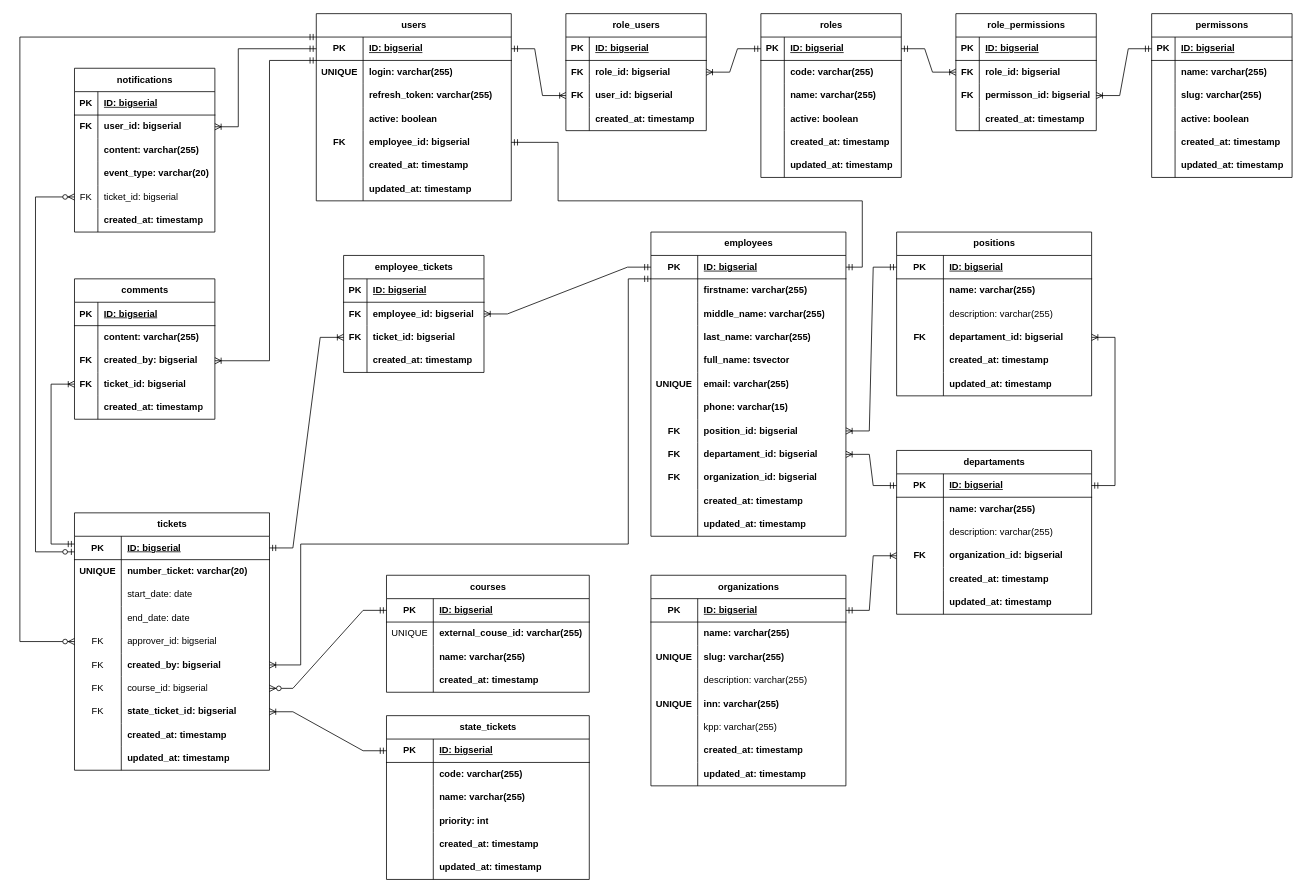
The draw.io diagram source/db_erd/erd_diagram.drawio in TrofimovMax/Information-Security-System, before the edit. Source tidied: cells renumbered, new cells numbered last; positions are measured from the earlier drawing's top-left corner, leaving out a move shared by most shapes. Both pictures are drawn from the tidied source at 78%, with x=0, y=0 at pixel (20, 13).
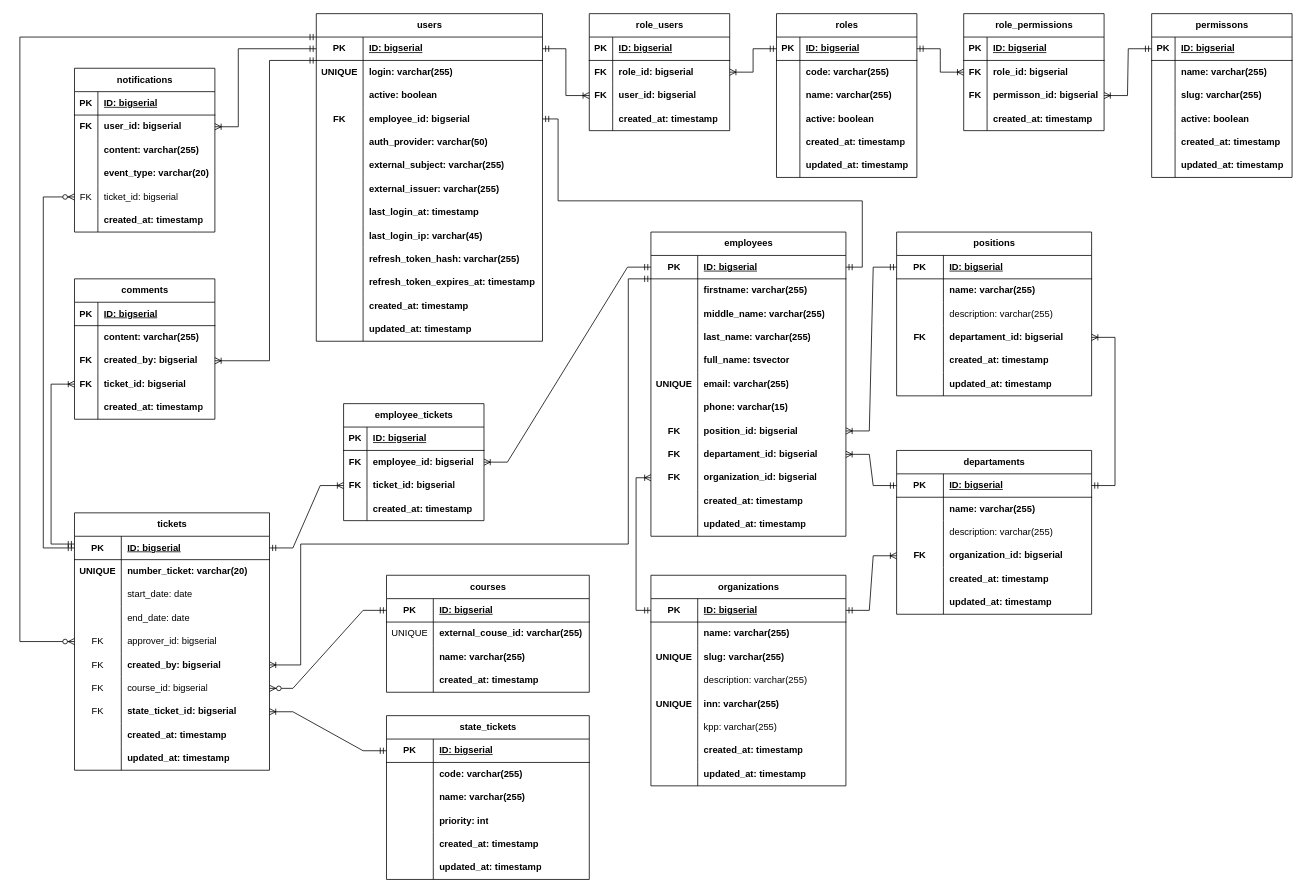
The same diagram, later.

Commit message (it also covers changes not shown here):
improvement: fix erd diagram after self review Part II

The change refers to these unchanged cells:
```xml
<mxCell id="70" style="shape=tableRow;horizontal=0;startSize=0;swimlaneHead=0;swimlaneBody=0;fillColor=none;points=[[0,0.5],[1,0.5]];portConstraint=eastwest;top=0;left=0;right=0;bottom=1;" parent="69" vertex="1">
  <mxGeometry y="30" width="250" height="30" as="geometry" />
</mxCell>
<mxCell id="97" style="shape=tableRow;horizontal=0;startSize=0;swimlaneHead=0;swimlaneBody=0;fillColor=none;points=[[0,0.5],[1,0.5]];portConstraint=eastwest;top=0;left=0;right=0;bottom=0;" parent="69" vertex="1">
  <mxGeometry y="300" width="250" height="30" as="geometry" />
</mxCell>
<mxCell id="151" style="shape=tableRow;horizontal=0;startSize=0;swimlaneHead=0;swimlaneBody=0;fillColor=none;points=[[0,0.5],[1,0.5]];portConstraint=eastwest;top=0;left=0;right=0;bottom=1;" parent="150" vertex="1">
  <mxGeometry y="30" width="250" height="30" as="geometry" />
</mxCell>
<mxCell id="177" style="shape=tableRow;horizontal=0;startSize=0;swimlaneHead=0;swimlaneBody=0;fillColor=none;points=[[0,0.5],[1,0.5]];portConstraint=eastwest;top=0;left=0;right=0;bottom=1;" parent="176" vertex="1">
  <mxGeometry y="30" width="250" height="30" as="geometry" />
</mxCell>
<mxCell id="291" style="shape=tableRow;horizontal=0;startSize=0;swimlaneHead=0;swimlaneBody=0;fillColor=none;points=[[0,0.5],[1,0.5]];portConstraint=eastwest;top=0;left=0;right=0;bottom=0;fontStyle=0;" parent="278" vertex="1">
  <mxGeometry y="150" width="180" height="30" as="geometry" />
</mxCell>
```

The edit, as a diff of the source:
```diff
@@
     <mxCell id="21" value="role_permissions" style="shape=table;startSize=30;childLayout=tableLayout;rowLines=0;fontStyle=1;align=center;html=1;" parent="1" vertex="1">
-      <mxGeometry x="1200" width="180" height="150" as="geometry" />
+      <mxGeometry x="1210" width="180" height="150" as="geometry" />
     </mxCell>
@@
     <mxCell id="35" value="roles" style="shape=table;startSize=30;childLayout=tableLayout;rowLines=0;fontStyle=1;align=center;html=1;" parent="1" vertex="1">
-      <mxGeometry x="950" width="180" height="210" as="geometry" />
+      <mxGeometry x="970" width="180" height="210" as="geometry" />
     </mxCell>
@@
     <mxCell id="55" value="role_users" style="shape=table;startSize=30;childLayout=tableLayout;rowLines=0;fontStyle=1;align=center;html=1;" parent="1" vertex="1">
-      <mxGeometry x="700" width="180" height="150" as="geometry" />
+      <mxGeometry x="730" width="180" height="150" as="geometry" />
     </mxCell>
@@
     <mxCell id="106" value="users" style="shape=table;startSize=30;childLayout=tableLayout;rowLines=0;fontStyle=1;align=center;html=1;" parent="1" vertex="1">
-      <mxGeometry x="380" width="250" height="240" as="geometry" />
+      <mxGeometry x="380" width="290" height="420" as="geometry" />
     </mxCell>
     <mxCell id="107" style="shape=tableRow;horizontal=0;startSize=0;swimlaneHead=0;swimlaneBody=0;fillColor=none;points=[[0,0.5],[1,0.5]];portConstraint=eastwest;top=0;left=0;right=0;bottom=1;" parent="106" vertex="1">
-      <mxGeometry y="30" width="250" height="30" as="geometry" />
+      <mxGeometry y="30" width="290" height="30" as="geometry" />
     </mxCell>
@@
     <mxCell id="109" value="ID: bigserial" style="shape=partialRectangle;fillColor=none;top=0;left=0;bottom=0;right=0;align=left;spacingLeft=6;fontStyle=5;overflow=hidden;whiteSpace=wrap;html=1;" parent="107" vertex="1">
-      <mxGeometry x="60" width="190" height="30" as="geometry" />
+      <mxGeometry x="60" width="230" height="30" as="geometry" />
     </mxCell>
     <mxCell id="110" style="shape=tableRow;horizontal=0;startSize=0;swimlaneHead=0;swimlaneBody=0;fillColor=none;top=0;left=0;right=0;bottom=0;" parent="106" vertex="1">
-      <mxGeometry y="60" width="250" height="30" as="geometry" />
+      <mxGeometry y="60" width="290" height="30" as="geometry" />
     </mxCell>
@@
     <mxCell id="112" value="&lt;b&gt;login: varchar(255)&lt;/b&gt;" style="shape=partialRectangle;fillColor=none;top=0;left=0;bottom=0;right=0;align=left;spacingLeft=6;overflow=hidden;whiteSpace=wrap;html=1;" parent="110" vertex="1">
-      <mxGeometry x="60" width="190" height="30" as="geometry" />
+      <mxGeometry x="60" width="230" height="30" as="geometry" />
     </mxCell>
-    <mxCell id="113" style="shape=tableRow;horizontal=0;startSize=0;swimlaneHead=0;swimlaneBody=0;fillColor=none;top=0;left=0;right=0;bottom=0;" parent="106" vertex="1">
-      <mxGeometry y="90" width="250" height="30" as="geometry" />
-    </mxCell>
-    <mxCell id="114" style="shape=partialRectangle;fillColor=none;top=0;left=0;bottom=0;right=0;overflow=hidden;whiteSpace=wrap;html=1;" parent="113" vertex="1">
-      <mxGeometry width="60" height="30" as="geometry" />
-    </mxCell>
-    <mxCell id="115" value="&lt;b&gt;refresh_token: varchar(255)&lt;/b&gt;" style="shape=partialRectangle;fillColor=none;top=0;left=0;bottom=0;right=0;align=left;spacingLeft=6;overflow=hidden;whiteSpace=wrap;html=1;" parent="113" vertex="1">
-      <mxGeometry x="60" width="190" height="30" as="geometry" />
-    </mxCell>
     <mxCell id="116" style="shape=tableRow;horizontal=0;startSize=0;swimlaneHead=0;swimlaneBody=0;fillColor=none;top=0;left=0;right=0;bottom=0;" parent="106" vertex="1">
-      <mxGeometry y="120" width="250" height="30" as="geometry" />
+      <mxGeometry y="90" width="290" height="30" as="geometry" />
     </mxCell>
@@
     <mxCell id="118" value="&lt;b&gt;active: boolean&lt;/b&gt;" style="shape=partialRectangle;fillColor=none;top=0;left=0;bottom=0;right=0;align=left;spacingLeft=6;overflow=hidden;whiteSpace=wrap;html=1;" parent="116" vertex="1">
-      <mxGeometry x="60" width="190" height="30" as="geometry" />
+      <mxGeometry x="60" width="230" height="30" as="geometry" />
     </mxCell>
     <mxCell id="119" style="shape=tableRow;horizontal=0;startSize=0;swimlaneHead=0;swimlaneBody=0;fillColor=none;points=[[0,0.5],[1,0.5]];portConstraint=eastwest;top=0;left=0;right=0;bottom=0;" parent="106" vertex="1">
-      <mxGeometry y="150" width="250" height="30" as="geometry" />
+      <mxGeometry y="120" width="290" height="30" as="geometry" />
     </mxCell>
@@
     <mxCell id="121" value="&lt;b&gt;employee_id: bigserial&lt;/b&gt;" style="shape=partialRectangle;fillColor=none;top=0;left=0;bottom=0;right=0;align=left;spacingLeft=6;overflow=hidden;whiteSpace=wrap;html=1;" parent="119" vertex="1">
-      <mxGeometry x="60" width="190" height="30" as="geometry" />
+      <mxGeometry x="60" width="230" height="30" as="geometry" />
     </mxCell>
+    <mxCell id="113" style="shape=tableRow;horizontal=0;startSize=0;swimlaneHead=0;swimlaneBody=0;fillColor=none;top=0;left=0;right=0;bottom=0;" parent="106" vertex="1">
+      <mxGeometry y="150" width="290" height="30" as="geometry" />
+    </mxCell>
+    <mxCell id="114" style="shape=partialRectangle;fillColor=none;top=0;left=0;bottom=0;right=0;overflow=hidden;whiteSpace=wrap;html=1;" parent="113" vertex="1">
+      <mxGeometry width="60" height="30" as="geometry" />
+    </mxCell>
+    <mxCell id="115" value="&lt;b&gt;auth_provider: varchar(50)&lt;/b&gt;" style="shape=partialRectangle;fillColor=none;top=0;left=0;bottom=0;right=0;align=left;spacingLeft=6;overflow=hidden;whiteSpace=wrap;html=1;" parent="113" vertex="1">
+      <mxGeometry x="60" width="230" height="30" as="geometry" />
+    </mxCell>
+    <mxCell id="318" style="shape=tableRow;horizontal=0;startSize=0;swimlaneHead=0;swimlaneBody=0;fillColor=none;top=0;left=0;right=0;bottom=0;" parent="106" vertex="1">
+      <mxGeometry y="180" width="290" height="30" as="geometry" />
+    </mxCell>
+    <mxCell id="319" style="shape=partialRectangle;fillColor=none;top=0;left=0;bottom=0;right=0;overflow=hidden;whiteSpace=wrap;html=1;" parent="318" vertex="1">
+      <mxGeometry width="60" height="30" as="geometry" />
+    </mxCell>
+    <mxCell id="320" value="&lt;b&gt;external_subject: varchar(255)&lt;/b&gt;" style="shape=partialRectangle;fillColor=none;top=0;left=0;bottom=0;right=0;align=left;spacingLeft=6;overflow=hidden;whiteSpace=wrap;html=1;" parent="318" vertex="1">
+      <mxGeometry x="60" width="230" height="30" as="geometry" />
+    </mxCell>
+    <mxCell id="321" style="shape=tableRow;horizontal=0;startSize=0;swimlaneHead=0;swimlaneBody=0;fillColor=none;top=0;left=0;right=0;bottom=0;" parent="106" vertex="1">
+      <mxGeometry y="210" width="290" height="30" as="geometry" />
+    </mxCell>
+    <mxCell id="322" style="shape=partialRectangle;fillColor=none;top=0;left=0;bottom=0;right=0;overflow=hidden;whiteSpace=wrap;html=1;" parent="321" vertex="1">
+      <mxGeometry width="60" height="30" as="geometry" />
+    </mxCell>
+    <mxCell id="323" value="&lt;b&gt;external_issuer: varchar(255)&lt;/b&gt;" style="shape=partialRectangle;fillColor=none;top=0;left=0;bottom=0;right=0;align=left;spacingLeft=6;overflow=hidden;whiteSpace=wrap;html=1;" parent="321" vertex="1">
+      <mxGeometry x="60" width="230" height="30" as="geometry" />
+    </mxCell>
+    <mxCell id="324" style="shape=tableRow;horizontal=0;startSize=0;swimlaneHead=0;swimlaneBody=0;fillColor=none;top=0;left=0;right=0;bottom=0;" parent="106" vertex="1">
+      <mxGeometry y="240" width="290" height="30" as="geometry" />
+    </mxCell>
+    <mxCell id="325" style="shape=partialRectangle;fillColor=none;top=0;left=0;bottom=0;right=0;overflow=hidden;whiteSpace=wrap;html=1;" parent="324" vertex="1">
+      <mxGeometry width="60" height="30" as="geometry" />
+    </mxCell>
+    <mxCell id="326" value="&lt;b&gt;last_login_at: timestamp&lt;/b&gt;" style="shape=partialRectangle;fillColor=none;top=0;left=0;bottom=0;right=0;align=left;spacingLeft=6;overflow=hidden;whiteSpace=wrap;html=1;" parent="324" vertex="1">
+      <mxGeometry x="60" width="230" height="30" as="geometry" />
+    </mxCell>
+    <mxCell id="327" style="shape=tableRow;horizontal=0;startSize=0;swimlaneHead=0;swimlaneBody=0;fillColor=none;top=0;left=0;right=0;bottom=0;" parent="106" vertex="1">
+      <mxGeometry y="270" width="290" height="30" as="geometry" />
+    </mxCell>
+    <mxCell id="328" style="shape=partialRectangle;fillColor=none;top=0;left=0;bottom=0;right=0;overflow=hidden;whiteSpace=wrap;html=1;" parent="327" vertex="1">
+      <mxGeometry width="60" height="30" as="geometry" />
+    </mxCell>
+    <mxCell id="329" value="&lt;b&gt;last_login_ip:&amp;nbsp;&lt;/b&gt;&lt;b&gt;varchar(45)&lt;/b&gt;" style="shape=partialRectangle;fillColor=none;top=0;left=0;bottom=0;right=0;align=left;spacingLeft=6;overflow=hidden;whiteSpace=wrap;html=1;" parent="327" vertex="1">
+      <mxGeometry x="60" width="230" height="30" as="geometry" />
+    </mxCell>
+    <mxCell id="330" style="shape=tableRow;horizontal=0;startSize=0;swimlaneHead=0;swimlaneBody=0;fillColor=none;top=0;left=0;right=0;bottom=0;" parent="106" vertex="1">
+      <mxGeometry y="300" width="290" height="30" as="geometry" />
+    </mxCell>
+    <mxCell id="331" style="shape=partialRectangle;fillColor=none;top=0;left=0;bottom=0;right=0;overflow=hidden;whiteSpace=wrap;html=1;" parent="330" vertex="1">
+      <mxGeometry width="60" height="30" as="geometry" />
+    </mxCell>
+    <mxCell id="332" value="&lt;b&gt;refresh_token_hash:&amp;nbsp;&lt;/b&gt;&lt;b&gt;varchar(255)&lt;/b&gt;" style="shape=partialRectangle;fillColor=none;top=0;left=0;bottom=0;right=0;align=left;spacingLeft=6;overflow=hidden;whiteSpace=wrap;html=1;" parent="330" vertex="1">
+      <mxGeometry x="60" width="230" height="30" as="geometry" />
+    </mxCell>
+    <mxCell id="333" style="shape=tableRow;horizontal=0;startSize=0;swimlaneHead=0;swimlaneBody=0;fillColor=none;top=0;left=0;right=0;bottom=0;" parent="106" vertex="1">
+      <mxGeometry y="330" width="290" height="30" as="geometry" />
+    </mxCell>
+    <mxCell id="334" style="shape=partialRectangle;fillColor=none;top=0;left=0;bottom=0;right=0;overflow=hidden;whiteSpace=wrap;html=1;" parent="333" vertex="1">
+      <mxGeometry width="60" height="30" as="geometry" />
+    </mxCell>
+    <mxCell id="335" value="&lt;b&gt;refresh_token_expires_at:&amp;nbsp;&lt;/b&gt;&lt;b&gt;timestamp&lt;/b&gt;" style="shape=partialRectangle;fillColor=none;top=0;left=0;bottom=0;right=0;align=left;spacingLeft=6;overflow=hidden;whiteSpace=wrap;html=1;" parent="333" vertex="1">
+      <mxGeometry x="60" width="230" height="30" as="geometry" />
+    </mxCell>
     <mxCell id="122" style="shape=tableRow;horizontal=0;startSize=0;swimlaneHead=0;swimlaneBody=0;fillColor=none;top=0;left=0;right=0;bottom=0;" parent="106" vertex="1">
-      <mxGeometry y="180" width="250" height="30" as="geometry" />
+      <mxGeometry y="360" width="290" height="30" as="geometry" />
     </mxCell>
@@
     <mxCell id="124" value="&lt;b&gt;created_at: timestamp&lt;/b&gt;" style="shape=partialRectangle;fillColor=none;top=0;left=0;bottom=0;right=0;align=left;spacingLeft=6;overflow=hidden;whiteSpace=wrap;html=1;" parent="122" vertex="1">
-      <mxGeometry x="60" width="190" height="30" as="geometry" />
+      <mxGeometry x="60" width="230" height="30" as="geometry" />
     </mxCell>
     <mxCell id="125" style="shape=tableRow;horizontal=0;startSize=0;swimlaneHead=0;swimlaneBody=0;fillColor=none;top=0;left=0;right=0;bottom=0;" parent="106" vertex="1">
-      <mxGeometry y="210" width="250" height="30" as="geometry" />
+      <mxGeometry y="390" width="290" height="30" as="geometry" />
     </mxCell>
@@
     <mxCell id="127" value="&lt;b&gt;updated_at: timestamp&lt;/b&gt;" style="shape=partialRectangle;fillColor=none;top=0;left=0;bottom=0;right=0;align=left;spacingLeft=6;overflow=hidden;whiteSpace=wrap;html=1;" parent="125" vertex="1">
-      <mxGeometry x="60" width="190" height="30" as="geometry" />
+      <mxGeometry x="60" width="230" height="30" as="geometry" />
     </mxCell>
     <mxCell id="128" style="edgeStyle=orthogonalEdgeStyle;fontSize=12;html=1;endArrow=ERmandOne;startArrow=ERmandOne;rounded=0;" parent="1" edge="1" source="70" target="119">
       <mxGeometry relative="1" as="geometry">
         <Array as="points">
           <mxPoint x="1080" y="325" />
           <mxPoint x="1080" y="240" />
           <mxPoint x="690" y="240" />
-          <mxPoint x="690" y="165" />
+          <mxPoint x="690" y="135" />
         </Array>
       </mxGeometry>
     </mxCell>
@@
     <mxCell id="297" value="employee_tickets" style="shape=table;startSize=30;childLayout=tableLayout;rowLines=0;fontStyle=1;align=center;html=1;" parent="1" vertex="1">
-      <mxGeometry x="415" y="310" width="180" height="150" as="geometry" />
+      <mxGeometry x="415" y="500" width="180" height="150" as="geometry" />
     </mxCell>
@@
-    <mxCell id="312" style="edgeStyle=orthogonalEdgeStyle;fontSize=12;html=1;endArrow=ERzeroToMany;startArrow=ERzeroToOne;rounded=0;" parent="1" edge="1" source="177" target="291">
-      <mxGeometry relative="1" as="geometry">
-        <Array as="points">
-          <mxPoint x="20" y="690" />
-          <mxPoint x="20" y="235" />
-        </Array>
-      </mxGeometry>
-    </mxCell>
@@
+    <mxCell id="312" style="edgeStyle=orthogonalEdgeStyle;fontSize=12;html=1;endArrow=ERzeroToMany;startArrow=ERmandOne;rounded=0;" parent="1" edge="1" source="177" target="291">
+      <mxGeometry relative="1" as="geometry">
+        <Array as="points">
+          <mxPoint x="30" y="685" />
+          <mxPoint x="30" y="235" />
+        </Array>
+      </mxGeometry>
+    </mxCell>
+    <mxCell id="336" style="edgeStyle=orthogonalEdgeStyle;fontSize=12;html=1;endArrow=ERoneToMany;startArrow=ERmandOne;rounded=0;" parent="1" edge="1" source="151" target="97">
+      <mxGeometry relative="1" as="geometry">
+        <Array as="points">
+          <mxPoint x="790" y="765" />
+          <mxPoint x="790" y="595" />
+        </Array>
+      </mxGeometry>
+    </mxCell>
```
